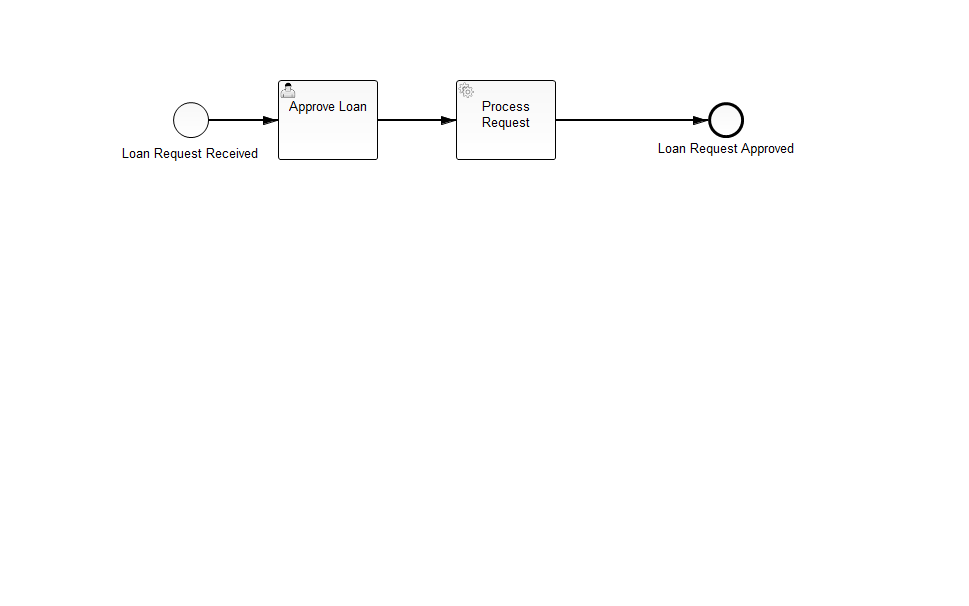
pduleba/Camunda-SL keeps this BPMN diagram as developing-process-applications/src/main/resources/loan-approval.png. Above is the earlier version. Its source is kept beside it as developing-process-applications/src/main/resources/loan-approval.bpmn. Ids are renumbered.
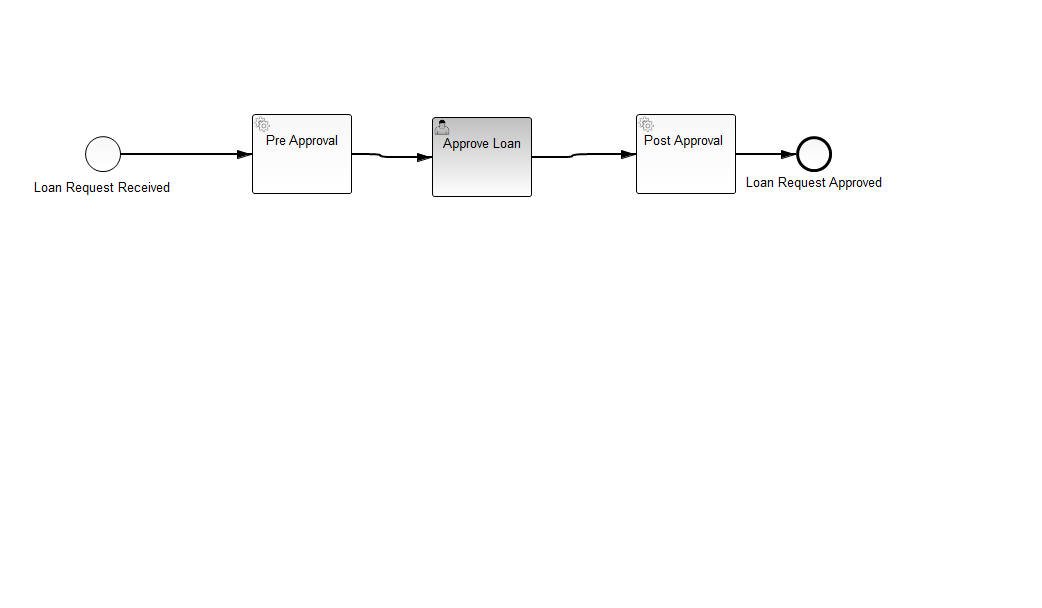
The same file after the commit.

What changed in the source:
```diff
@@ -3,58 +3,77 @@
     <bpmn:startEvent id="StartEvent_1" camunda_1:formKey="embedded:app:forms/request-loan.html" name="Loan Request Received">
       <bpmn:outgoing>SequenceFlow_n1</bpmn:outgoing>
     </bpmn:startEvent>
-    <bpmn:sequenceFlow id="SequenceFlow_n1" sourceRef="StartEvent_1" targetRef="UserTask_n2"/>
+    <bpmn:sequenceFlow id="SequenceFlow_n1" sourceRef="StartEvent_1" targetRef="ServiceTask_1"/>
+    <bpmn:serviceTask id="ServiceTask_1" camunda_1:class="org.camunda.bpm.getstarted.loanapproval.PreProcessRequestDelegate" name="Pre Approval">
+      <bpmn:incoming>SequenceFlow_n1</bpmn:incoming>
+      <bpmn:outgoing>SequenceFlow_1</bpmn:outgoing>
+    </bpmn:serviceTask>
+    <bpmn:sequenceFlow id="SequenceFlow_1" name="" sourceRef="ServiceTask_1" targetRef="UserTask_n2"/>
+    <bpmn:endEvent id="EndEvent_n4" name="Loan Request Approved">
+      <bpmn:incoming>SequenceFlow_2</bpmn:incoming>
+    </bpmn:endEvent>
+    <bpmn:serviceTask id="ServiceTask_2" camunda_1:class="org.camunda.bpm.getstarted.loanapproval.PostProcessRequestDelegate" name="Post Approval ">
+      <bpmn:incoming>SequenceFlow_n3</bpmn:incoming>
+      <bpmn:outgoing>SequenceFlow_2</bpmn:outgoing>
+    </bpmn:serviceTask>
+    <bpmn:sequenceFlow id="SequenceFlow_2" name="" sourceRef="ServiceTask_2" targetRef="EndEvent_n4"/>
     <bpmn:userTask id="UserTask_n2" camunda:assignee="john" camunda_1:formKey="embedded:app:forms/approve-loan.html" name="Approve Loan">
-      <bpmn:incoming>SequenceFlow_n1</bpmn:incoming>
+      <bpmn:incoming>SequenceFlow_1</bpmn:incoming>
       <bpmn:outgoing>SequenceFlow_n3</bpmn:outgoing>
     </bpmn:userTask>
-    <bpmn:sequenceFlow id="SequenceFlow_n3" sourceRef="UserTask_n2" targetRef="ServiceTask_1"/>
-    <bpmn:serviceTask id="ServiceTask_1" camunda_1:class="org.camunda.bpm.getstarted.loanapproval.ProcessRequestDelegate" name="Process Request">
-      <bpmn:incoming>SequenceFlow_n3</bpmn:incoming>
-      <bpmn:outgoing>SequenceFlow_1</bpmn:outgoing>
-    </bpmn:serviceTask>
-    <bpmn:sequenceFlow id="SequenceFlow_1" name="" sourceRef="ServiceTask_1" targetRef="EndEvent_n4"/>
-    <bpmn:endEvent id="EndEvent_n4" name="Loan Request Approved">
-      <bpmn:incoming>SequenceFlow_1</bpmn:incoming>
-    </bpmn:endEvent>
+    <bpmn:sequenceFlow id="SequenceFlow_n3" sourceRef="UserTask_n2" targetRef="ServiceTask_2"/>
   </bpmn:process>
   <bpmndi:BPMNDiagram id="BPMNDiagram_1">
     <bpmndi:BPMNPlane id="BPMNPlane_1" bpmnElement="approve-loan">
       <bpmndi:BPMNShape id="_BPMNShape_StartEvent_2" bpmnElement="StartEvent_1">
-        <dc:Bounds height="36.0" width="36.0" x="173.0" y="102.0"/>
+        <dc:Bounds height="36.0" width="36.0" x="85.0" y="136.0"/>
+        <bpmndi:BPMNLabel>
+          <dc:Bounds height="22.0" width="142.0" x="32.0" y="177.0"/>
+        </bpmndi:BPMNLabel>
       </bpmndi:BPMNShape>
-      <bpmndi:BPMNEdge id="SequenceFlow_n1_di" bpmnElement="SequenceFlow_n1">
-        <di:waypoint xsi:type="dc:Point" x="209.0" y="120.0"/>
-        <di:waypoint xsi:type="dc:Point" x="278.0" y="120.0"/>
+      <bpmndi:BPMNEdge id="SequenceFlow_n1_di" bpmnElement="SequenceFlow_n1" targetElement="_BPMNShape_ServiceTask_2">
+        <di:waypoint xsi:type="dc:Point" x="121.0" y="154.0"/>
+        <di:waypoint xsi:type="dc:Point" x="252.0" y="154.0"/>
         <bpmndi:BPMNLabel>
-          <dc:Bounds height="20.0" width="90.0" x="198.5" y="110.0"/>
+          <dc:Bounds height="0.0" width="0.0" x="155.0" y="144.0"/>
         </bpmndi:BPMNLabel>
       </bpmndi:BPMNEdge>
       <bpmndi:BPMNShape id="UserTask_n2_di" bpmnElement="UserTask_n2">
-        <dc:Bounds height="80.0" width="100.0" x="278.0" y="80.0"/>
+        <dc:Bounds height="80.0" width="100.0" x="432.0" y="117.0"/>
       </bpmndi:BPMNShape>
       <bpmndi:BPMNShape id="EndEvent_n4_di" bpmnElement="EndEvent_n4">
-        <dc:Bounds height="36.0" width="36.0" x="708.0" y="102.0"/>
+        <dc:Bounds height="36.0" width="36.0" x="796.0" y="136.0"/>
         <bpmndi:BPMNLabel>
-          <dc:Bounds height="22.0" width="143.0" x="655.0" y="138.0"/>
+          <dc:Bounds height="22.0" width="143.0" x="743.0" y="172.0"/>
         </bpmndi:BPMNLabel>
       </bpmndi:BPMNShape>
-      <bpmndi:BPMNEdge id="SequenceFlow_n3_di" bpmnElement="SequenceFlow_n3" targetElement="_BPMNShape_ServiceTask_2">
-        <di:waypoint xsi:type="dc:Point" x="378.0" y="120.0"/>
-        <di:waypoint xsi:type="dc:Point" x="456.0" y="120.0"/>
+      <bpmndi:BPMNEdge id="SequenceFlow_n3_di" bpmnElement="SequenceFlow_n3" targetElement="_BPMNShape_ServiceTask_3">
+        <di:waypoint xsi:type="dc:Point" x="532.0" y="157.0"/>
+        <di:waypoint xsi:type="dc:Point" x="572.0" y="157.0"/>
+        <di:waypoint xsi:type="dc:Point" x="572.0" y="154.0"/>
+        <di:waypoint xsi:type="dc:Point" x="636.0" y="154.0"/>
         <bpmndi:BPMNLabel>
-          <dc:Bounds height="0.0" width="0.0" x="385.0" y="120.0"/>
+          <dc:Bounds height="0.0" width="0.0" x="539.0" y="157.0"/>
         </bpmndi:BPMNLabel>
       </bpmndi:BPMNEdge>
       <bpmndi:BPMNShape id="_BPMNShape_ServiceTask_2" bpmnElement="ServiceTask_1">
-        <dc:Bounds height="80.0" width="100.0" x="456.0" y="80.0"/>
+        <dc:Bounds height="80.0" width="100.0" x="252.0" y="114.0"/>
       </bpmndi:BPMNShape>
-      <bpmndi:BPMNEdge id="BPMNEdge_SequenceFlow_1" bpmnElement="SequenceFlow_1" sourceElement="_BPMNShape_ServiceTask_2" targetElement="EndEvent_n4_di">
-        <di:waypoint xsi:type="dc:Point" x="556.0" y="120.0"/>
-        <di:waypoint xsi:type="dc:Point" x="708.0" y="120.0"/>
+      <bpmndi:BPMNEdge id="BPMNEdge_SequenceFlow_1" bpmnElement="SequenceFlow_1" sourceElement="_BPMNShape_ServiceTask_2" targetElement="UserTask_n2_di">
+        <di:waypoint xsi:type="dc:Point" x="352.0" y="154.0"/>
+        <di:waypoint xsi:type="dc:Point" x="380.0" y="154.0"/>
+        <di:waypoint xsi:type="dc:Point" x="380.0" y="157.0"/>
+        <di:waypoint xsi:type="dc:Point" x="432.0" y="157.0"/>
         <bpmndi:BPMNLabel>
-          <dc:Bounds height="6.0" width="6.0" x="560.0" y="120.0"/>
+          <dc:Bounds height="6.0" width="6.0" x="356.0" y="154.0"/>
         </bpmndi:BPMNLabel>
+      </bpmndi:BPMNEdge>
+      <bpmndi:BPMNShape id="_BPMNShape_ServiceTask_3" bpmnElement="ServiceTask_2">
+        <dc:Bounds height="80.0" width="100.0" x="636.0" y="114.0"/>
+      </bpmndi:BPMNShape>
+      <bpmndi:BPMNEdge id="BPMNEdge_SequenceFlow_2" bpmnElement="SequenceFlow_2" sourceElement="_BPMNShape_ServiceTask_3" targetElement="EndEvent_n4_di">
+        <di:waypoint xsi:type="dc:Point" x="736.0" y="154.0"/>
+        <di:waypoint xsi:type="dc:Point" x="796.0" y="154.0"/>
       </bpmndi:BPMNEdge>
     </bpmndi:BPMNPlane>
   </bpmndi:BPMNDiagram>
```
